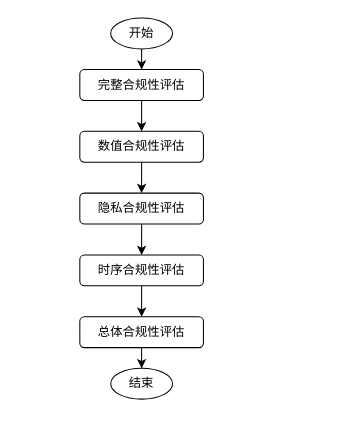
Above: page "第 1 页" (1 of 4) of 原油专利.drawio in jue73/7339 (draw.io), before the change. Source tidied: cells renumbered, new cells numbered last; positions are measured from the earlier drawing's top-left corner, leaving out a move shared by most shapes. Both pictures are drawn from the tidied source at 103%, with x=0, y=0 at pixel (79, 18).
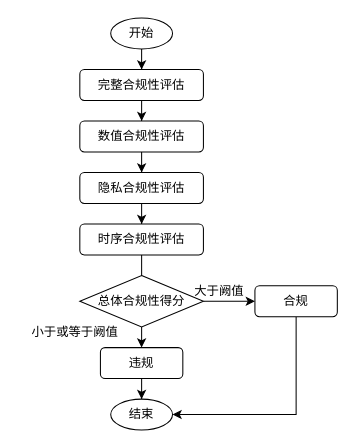
After the change.

The edit, as a diff of the source:
```diff
@@
     <mxCell id="5" value="数值合规性评估" style="rounded=1;whiteSpace=wrap;html=1;" parent="1" vertex="1">
-      <mxGeometry y="110" width="120" height="30" as="geometry" />
+      <mxGeometry y="100" width="120" height="30" as="geometry" />
     </mxCell>
-    <mxCell id="6" style="edgeStyle=orthogonalEdgeStyle;rounded=0;jettySize=auto;html=1;entryX=0.5;entryY=0;entryDx=0;entryDy=0;" parent="1" edge="1" source="7" target="11">
-      <mxGeometry relative="1" as="geometry" />
+    <mxCell id="6" style="edgeStyle=orthogonalEdgeStyle;rounded=0;jettySize=auto;html=1;entryX=0.5;entryY=0;entryDx=0;entryDy=0;" parent="1" edge="1" source="7">
+      <mxGeometry relative="1" as="geometry">
+        <mxPoint x="60" y="290" as="targetPoint" />
+      </mxGeometry>
     </mxCell>
     <mxCell id="7" value="时序合规性评估" style="rounded=1;whiteSpace=wrap;html=1;" parent="1" vertex="1">
-      <mxGeometry y="230" width="120" height="30" as="geometry" />
+      <mxGeometry y="200" width="120" height="30" as="geometry" />
     </mxCell>
@@
     <mxCell id="9" value="隐私合规性评估" style="rounded=1;whiteSpace=wrap;html=1;" parent="1" vertex="1">
-      <mxGeometry y="170" width="120" height="30" as="geometry" />
+      <mxGeometry y="150" width="120" height="30" as="geometry" />
     </mxCell>
-    <mxCell id="10" style="edgeStyle=orthogonalEdgeStyle;rounded=0;jettySize=auto;html=1;entryX=0.5;entryY=0;entryDx=0;entryDy=0;" parent="1" edge="1" source="11" target="14">
-      <mxGeometry relative="1" as="geometry" />
-    </mxCell>
-    <mxCell id="11" value="总体合规性评估" style="rounded=1;whiteSpace=wrap;html=1;" parent="1" vertex="1">
-      <mxGeometry y="290" width="120" height="30" as="geometry" />
-    </mxCell>
@@
     <mxCell id="14" value="结束" style="ellipse;whiteSpace=wrap;html=1;" parent="1" vertex="1">
-      <mxGeometry x="30" y="340" width="60" height="30" as="geometry" />
+      <mxGeometry x="30" y="370" width="60" height="30" as="geometry" />
     </mxCell>
+    <mxCell id="15" style="edgeStyle=orthogonalEdgeStyle;rounded=0;jettySize=auto;html=1;exitX=1;exitY=0.5;exitDx=0;exitDy=0;" parent="1" edge="1" source="17" target="19">
+      <mxGeometry relative="1" as="geometry" />
+    </mxCell>
+    <mxCell id="16" style="edgeStyle=orthogonalEdgeStyle;rounded=0;jettySize=auto;html=1;exitX=0.5;exitY=1;exitDx=0;exitDy=0;entryX=0.5;entryY=0;entryDx=0;entryDy=0;" parent="1" edge="1" source="17" target="21">
+      <mxGeometry relative="1" as="geometry" />
+    </mxCell>
+    <mxCell id="17" value="总体合规性得分" style="rhombus;whiteSpace=wrap;html=1;" parent="1" vertex="1">
+      <mxGeometry y="250" width="120" height="50" as="geometry" />
+    </mxCell>
+    <mxCell id="18" style="edgeStyle=orthogonalEdgeStyle;rounded=0;jettySize=auto;html=1;entryX=1;entryY=0.5;entryDx=0;entryDy=0;" parent="1" edge="1" source="19" target="14">
+      <mxGeometry relative="1" as="geometry">
+        <Array as="points">
+          <mxPoint x="210" y="385" />
+        </Array>
+      </mxGeometry>
+    </mxCell>
+    <mxCell id="19" value="合规" style="rounded=1;whiteSpace=wrap;html=1;" parent="1" vertex="1">
+      <mxGeometry x="170" y="260" width="80" height="30" as="geometry" />
+    </mxCell>
+    <mxCell id="20" style="edgeStyle=orthogonalEdgeStyle;rounded=0;jettySize=auto;html=1;entryX=0.5;entryY=0;entryDx=0;entryDy=0;" parent="1" edge="1" source="21" target="14">
+      <mxGeometry relative="1" as="geometry" />
+    </mxCell>
+    <mxCell id="21" value="违规" style="rounded=1;whiteSpace=wrap;html=1;" parent="1" vertex="1">
+      <mxGeometry x="20" y="320" width="80" height="30" as="geometry" />
+    </mxCell>
+    <mxCell id="22" value="大于阙值" style="text;html=1;align=center;verticalAlign=middle;strokeColor=none;fillColor=none;" parent="1" vertex="1">
+      <mxGeometry x="100" y="250" width="70" height="30" as="geometry" />
+    </mxCell>
+    <mxCell id="23" value="小于或等于阙值" style="text;html=1;align=center;verticalAlign=middle;strokeColor=none;fillColor=none;" parent="1" vertex="1">
+      <mxGeometry x="-60" y="290" width="110" height="30" as="geometry" />
+    </mxCell>
```
